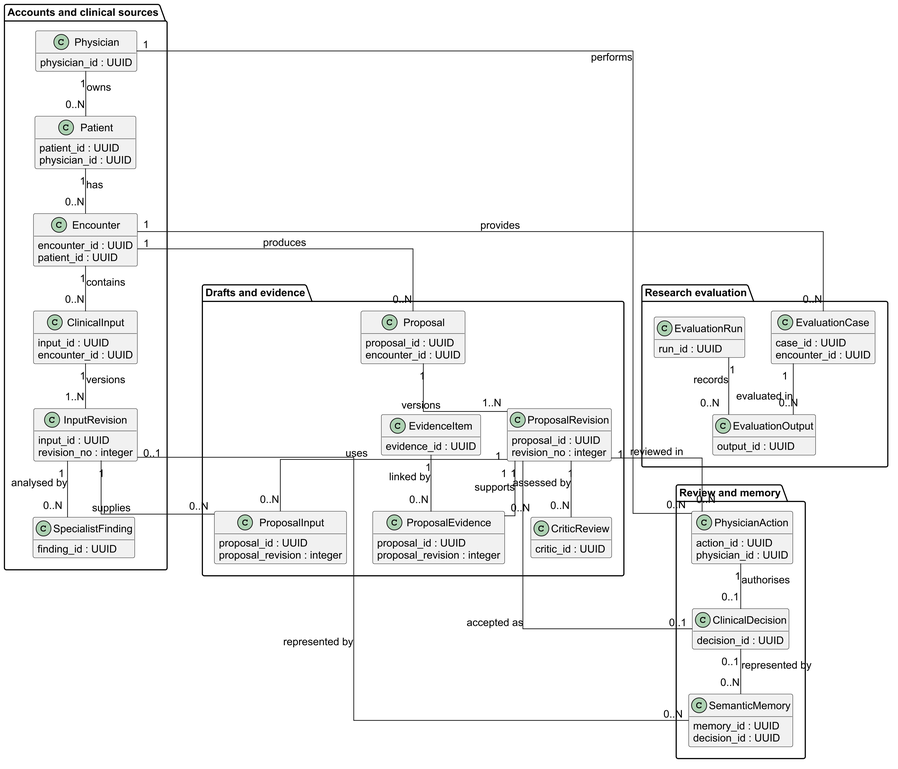
fatimamalik2307/fyp-report keeps this PlantUML diagram as Report template/Figures/esha_D09_domain_classes.png. Above is the earlier version.
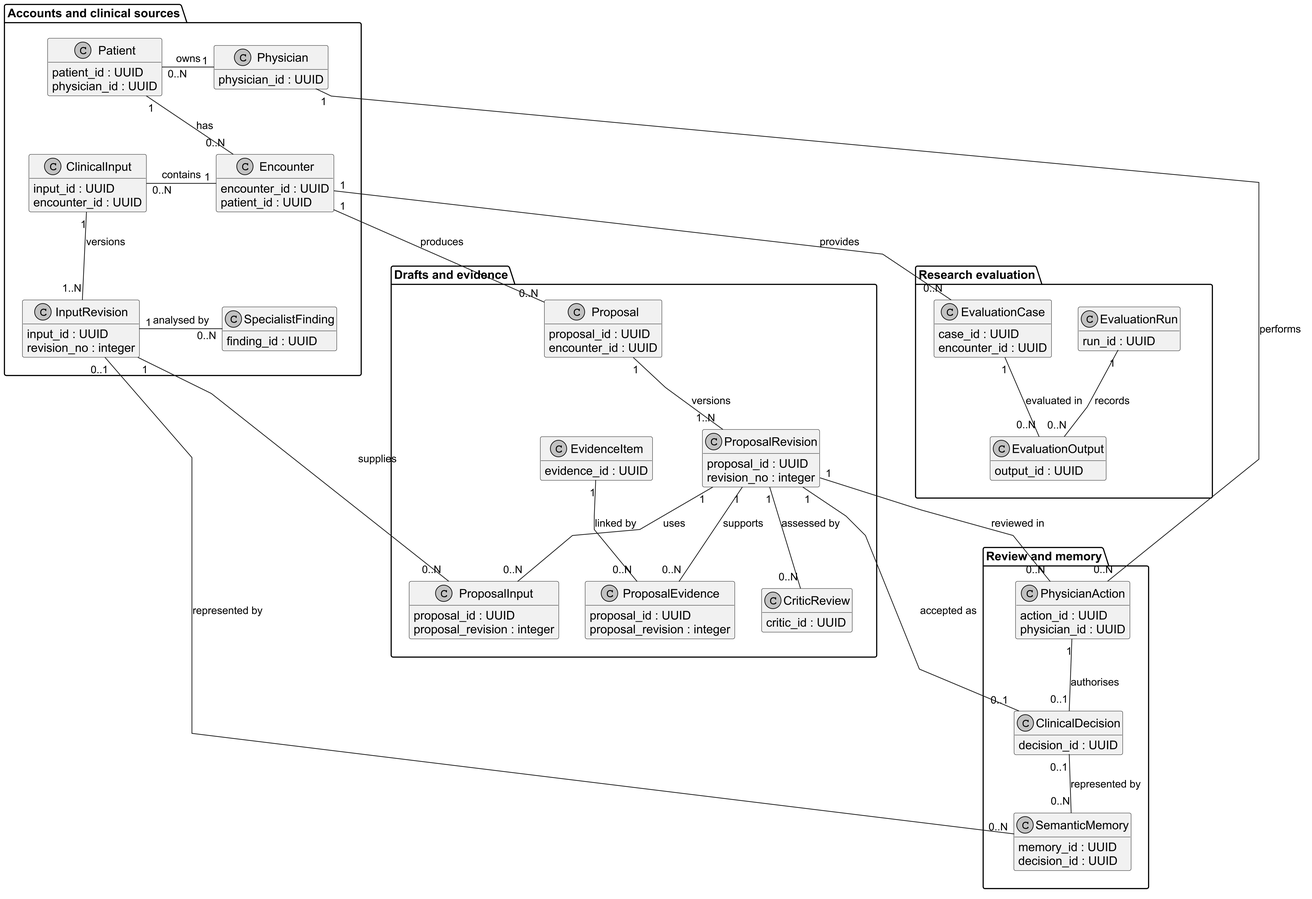
After the change.

Change to the diagram source:
```diff
@@ -1,13 +1,17 @@
 @startuml esha_D09_domain_classes
 skinparam dpi 300
 skinparam shadowing false
+skinparam monochrome true
 skinparam classAttributeIconSize 0
 skinparam defaultFontName Arial
-skinparam defaultFontSize 14
+skinparam defaultFontSize 16
+skinparam classFontSize 18
+skinparam classAttributeFontSize 16
+skinparam ArrowFontSize 14
 hide methods
-skinparam linetype ortho
+skinparam linetype polyline
 top to bottom direction
-package "Accounts and clinical sources" {
+package "Accounts and clinical sources" as ClinicalGroup {
 class Physician {
   physician_id : UUID
 }
@@ -31,7 +35,7 @@
   finding_id : UUID
 }
 }
-package "Drafts and evidence" {
+package "Drafts and evidence" as DraftGroup {
 class Proposal {
   proposal_id : UUID
   encounter_id : UUID
@@ -55,7 +59,7 @@
   proposal_revision : integer
 }
 }
-package "Review and memory" {
+package "Review and memory" as ReviewGroup {
 class PhysicianAction {
   action_id : UUID
   physician_id : UUID
@@ -68,7 +72,7 @@
   decision_id : UUID
 }
 }
-package "Research evaluation" {
+package "Research evaluation" as EvaluationGroup {
 class EvaluationCase {
   case_id : UUID
   encounter_id : UUID
@@ -80,11 +84,11 @@
   output_id : UUID
 }
 }
-Physician "1" -- "0..N" Patient : owns
-Patient "1" -- "0..N" Encounter : has
-Encounter "1" -- "0..N" ClinicalInput : contains
-ClinicalInput "1" -- "1..N" InputRevision : versions
-InputRevision "1" -- "0..N" SpecialistFinding : analysed by
+Physician "1" -right- "0..N" Patient : owns
+Patient "1" -down- "0..N" Encounter : has
+Encounter "1" -left- "0..N" ClinicalInput : contains
+ClinicalInput "1" -down- "1..N" InputRevision : versions
+InputRevision "1" -right- "0..N" SpecialistFinding : analysed by
 Encounter "1" -- "0..N" Proposal : produces
 Proposal "1" -- "1..N" ProposalRevision : versions
 ProposalRevision "1" -- "0..N" ProposalInput : uses
@@ -101,4 +105,7 @@
 Encounter "1" -- "0..N" EvaluationCase : provides
 EvaluationCase "1" -- "0..N" EvaluationOutput : evaluated in
 EvaluationRun "1" -- "0..N" EvaluationOutput : records
+ClinicalGroup -[hidden]right- DraftGroup
+ClinicalGroup -[hidden]down- EvaluationGroup
+DraftGroup -[hidden]down- ReviewGroup
 @enduml
```
